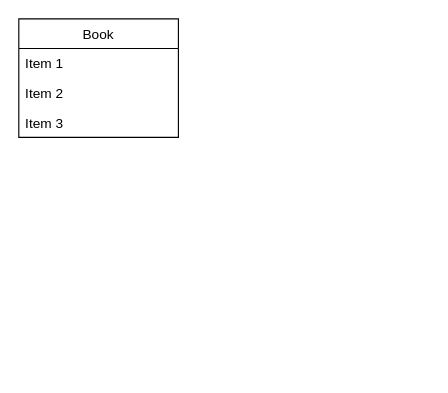
theresmf/zack_zorn keeps this draw.io diagram as page "books" (2 of 2) of db_modelling.drawio. Above is the earlier version. Source tidied: cells renumbered, new cells numbered last; positions are measured from the earlier drawing's top-left corner, leaving out a move shared by most shapes. Both pictures are drawn from the tidied source at 114%, with x=0, y=0 at pixel (18, 18).
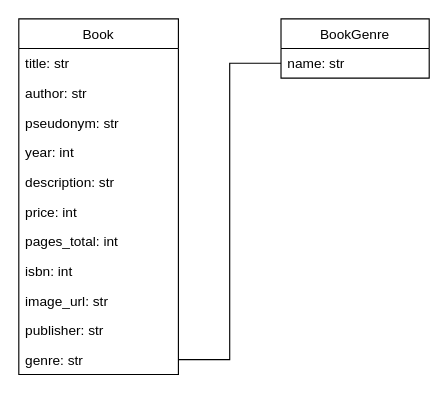
Above is the later version.

Commit message (it also covers changes not shown here):
Add book model to db and rename genre model

Diff of the diagram source:
```diff
@@
 <mxGraphModel>
   <root>
     <mxCell id="0" />
     <mxCell id="1" parent="0" />
     <mxCell id="2" value="Book" style="swimlane;fontStyle=0;horizontal=1;startSize=26;" parent="1" vertex="1">
-      <mxGeometry width="140" height="104" as="geometry" />
+      <mxGeometry width="140" height="312" as="geometry" />
     </mxCell>
-    <mxCell id="3" value="Item 1" style="text;strokeColor=none;fillColor=none;align=left;verticalAlign=top;spacingLeft=4;spacingRight=4;overflow=hidden;" parent="2" vertex="1">
+    <mxCell id="3" value="title: str" style="text;strokeColor=none;fillColor=none;align=left;verticalAlign=top;spacingLeft=4;spacingRight=4;overflow=hidden;" parent="2" vertex="1">
       <mxGeometry y="26" width="140" height="26" as="geometry" />
     </mxCell>
-    <mxCell id="4" value="Item 2" style="text;strokeColor=none;fillColor=none;align=left;verticalAlign=top;spacingLeft=4;spacingRight=4;overflow=hidden;" parent="2" vertex="1">
+    <mxCell id="4" value="author: str" style="text;strokeColor=none;fillColor=none;align=left;verticalAlign=top;spacingLeft=4;spacingRight=4;overflow=hidden;" parent="2" vertex="1">
       <mxGeometry y="52" width="140" height="26" as="geometry" />
     </mxCell>
+    <mxCell id="6" value="pseudonym: str" style="text;strokeColor=none;fillColor=none;align=left;verticalAlign=top;spacingLeft=4;spacingRight=4;overflow=hidden;" parent="2" vertex="1">
+      <mxGeometry y="78" width="140" height="26" as="geometry" />
+    </mxCell>
+    <mxCell id="7" value="year: int" style="text;strokeColor=none;fillColor=none;align=left;verticalAlign=top;spacingLeft=4;spacingRight=4;overflow=hidden;" parent="2" vertex="1">
+      <mxGeometry y="104" width="140" height="26" as="geometry" />
+    </mxCell>
+    <mxCell id="8" value="description: str" style="text;strokeColor=none;fillColor=none;align=left;verticalAlign=top;spacingLeft=4;spacingRight=4;overflow=hidden;" parent="2" vertex="1">
+      <mxGeometry y="130" width="140" height="26" as="geometry" />
+    </mxCell>
+    <mxCell id="9" value="price: int" style="text;strokeColor=none;fillColor=none;align=left;verticalAlign=top;spacingLeft=4;spacingRight=4;overflow=hidden;" parent="2" vertex="1">
+      <mxGeometry y="156" width="140" height="26" as="geometry" />
+    </mxCell>
+    <mxCell id="10" value="pages_total: int" style="text;strokeColor=none;fillColor=none;align=left;verticalAlign=top;spacingLeft=4;spacingRight=4;overflow=hidden;" parent="2" vertex="1">
+      <mxGeometry y="182" width="140" height="26" as="geometry" />
+    </mxCell>
+    <mxCell id="11" value="isbn: int" style="text;strokeColor=none;fillColor=none;align=left;verticalAlign=top;spacingLeft=4;spacingRight=4;overflow=hidden;" parent="2" vertex="1">
+      <mxGeometry y="208" width="140" height="26" as="geometry" />
+    </mxCell>
+    <mxCell id="12" value="image_url: str" style="text;strokeColor=none;fillColor=none;align=left;verticalAlign=top;spacingLeft=4;spacingRight=4;overflow=hidden;" parent="2" vertex="1">
+      <mxGeometry y="234" width="140" height="26" as="geometry" />
+    </mxCell>
+    <mxCell id="13" value="publisher: str" style="text;strokeColor=none;fillColor=none;align=left;verticalAlign=top;spacingLeft=4;spacingRight=4;overflow=hidden;" parent="2" vertex="1">
+      <mxGeometry y="260" width="140" height="26" as="geometry" />
+    </mxCell>
-    <mxCell id="5" value="Item 3" style="text;strokeColor=none;fillColor=none;align=left;verticalAlign=top;spacingLeft=4;spacingRight=4;overflow=hidden;points=[[0,0.5],[1,0.5]];portConstraint=eastwest;" parent="2" vertex="1">
-      <mxGeometry y="78" width="140" height="26" as="geometry" />
+    <mxCell id="5" value="genre: str" style="text;strokeColor=none;fillColor=none;align=left;verticalAlign=top;spacingLeft=4;spacingRight=4;overflow=hidden;points=[[0,0.5],[1,0.5]];portConstraint=eastwest;" parent="2" vertex="1">
+      <mxGeometry y="286" width="140" height="26" as="geometry" />
     </mxCell>
+    <mxCell id="14" value="BookGenre" style="swimlane;fontStyle=0;horizontal=1;startSize=26;" parent="1" vertex="1">
+      <mxGeometry x="230" width="130" height="52" as="geometry" />
+    </mxCell>
+    <mxCell id="15" value="name: str" style="text;strokeColor=none;fillColor=none;align=left;verticalAlign=top;spacingLeft=4;spacingRight=4;overflow=hidden;points=[[0,0.5],[1,0.5]];portConstraint=eastwest;" parent="14" vertex="1">
+      <mxGeometry y="26" width="130" height="26" as="geometry" />
+    </mxCell>
+    <mxCell id="16" style="edgeStyle=orthogonalEdgeStyle;rounded=0;jettySize=auto;html=1;endArrow=none;endFill=0;entryX=1;entryY=0.5;entryDx=0;entryDy=0;" parent="1" edge="1" source="15" target="5">
+      <mxGeometry relative="1" as="geometry" />
+    </mxCell>
   </root>
 </mxGraphModel>
```
